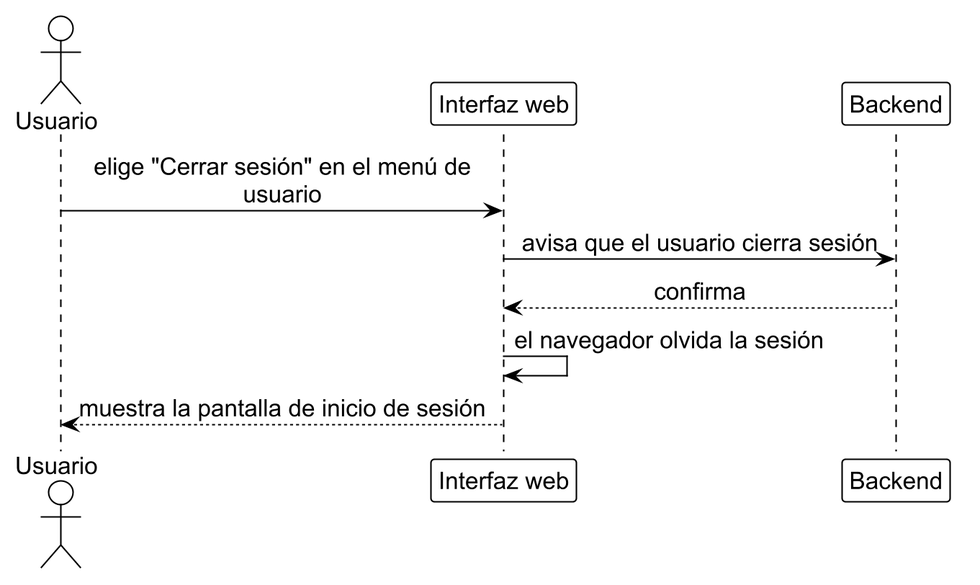
ErickJester/fst-ai-system-latex keeps this PlantUML diagram as diagramas/seq_diapositivas/logout.png. Above is the earlier version. The source it was exported from:
```plantuml
@startuml logout
!include ../estilo_doc.iuml
skinparam dpi 200
actor Usuario as u
participant "Interfaz web" as ui
participant Backend as api

u -> ui: elige "Cerrar sesión" en el menú de\nusuario
ui -> api: avisa que el usuario cierra sesión
api --> ui: confirma
ui -> ui: el navegador olvida la sesión
ui --> u: muestra la pantalla de inicio de sesión
@enduml
```
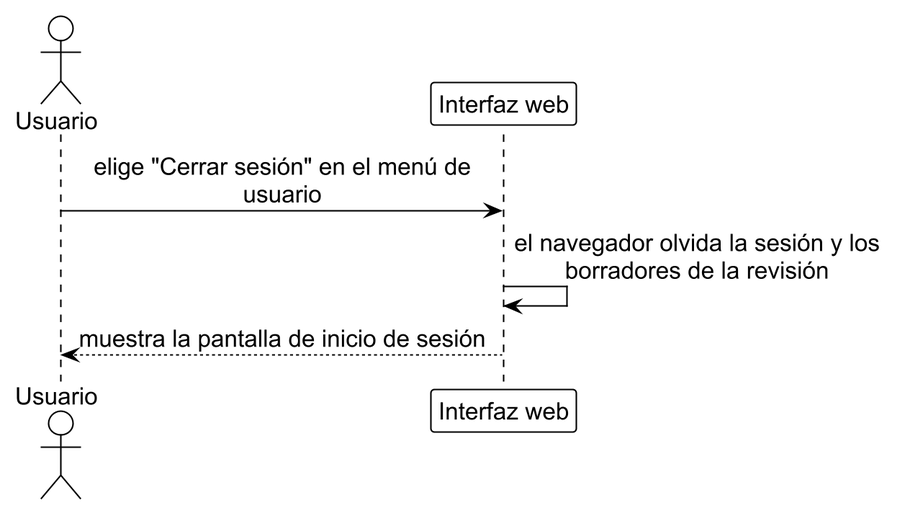
Later version of the same file.

The edit, as a diff of the source:
```diff
@@ -3,11 +3,8 @@
 skinparam dpi 200
 actor Usuario as u
 participant "Interfaz web" as ui
-participant Backend as api
 
 u -> ui: elige "Cerrar sesión" en el menú de\nusuario
-ui -> api: avisa que el usuario cierra sesión
-api --> ui: confirma
-ui -> ui: el navegador olvida la sesión
+ui -> ui: el navegador olvida la sesión y los\nborradores de la revisión
 ui --> u: muestra la pantalla de inicio de sesión
 @enduml
```
